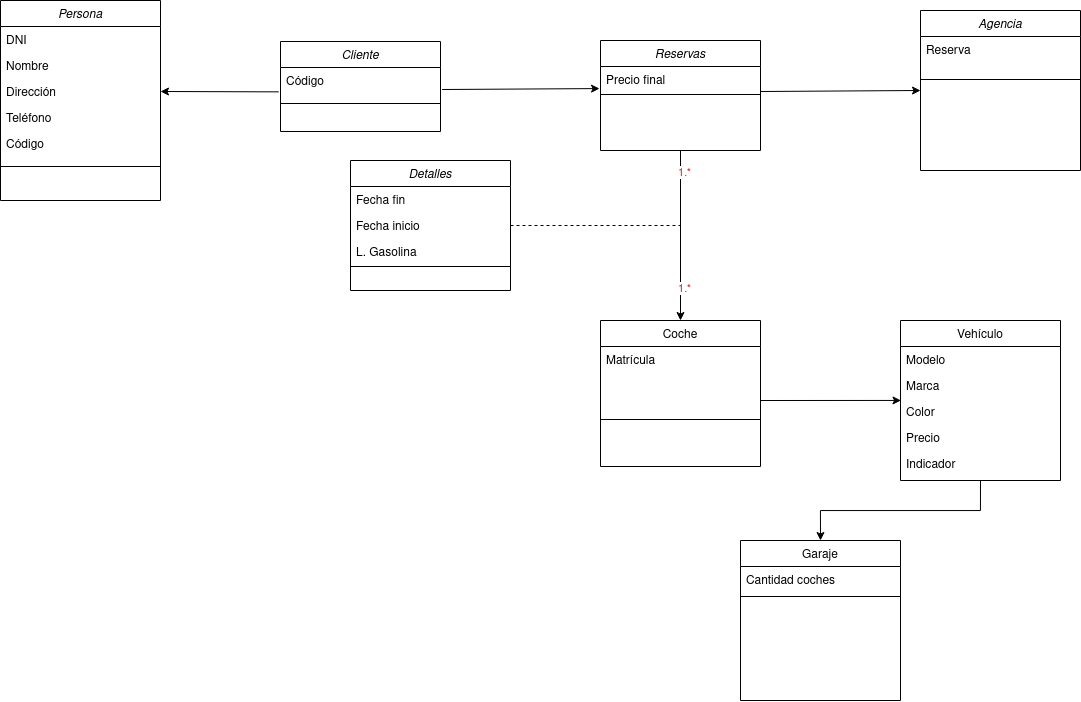
colidom/ets keeps this draw.io diagram as Tareas/AlquierCoches.drawio.png. Above is the earlier version. Source tidied: cells renumbered, new cells last; positions are measured from the earlier drawing's top-left corner, leaving out a move shared by most shapes.
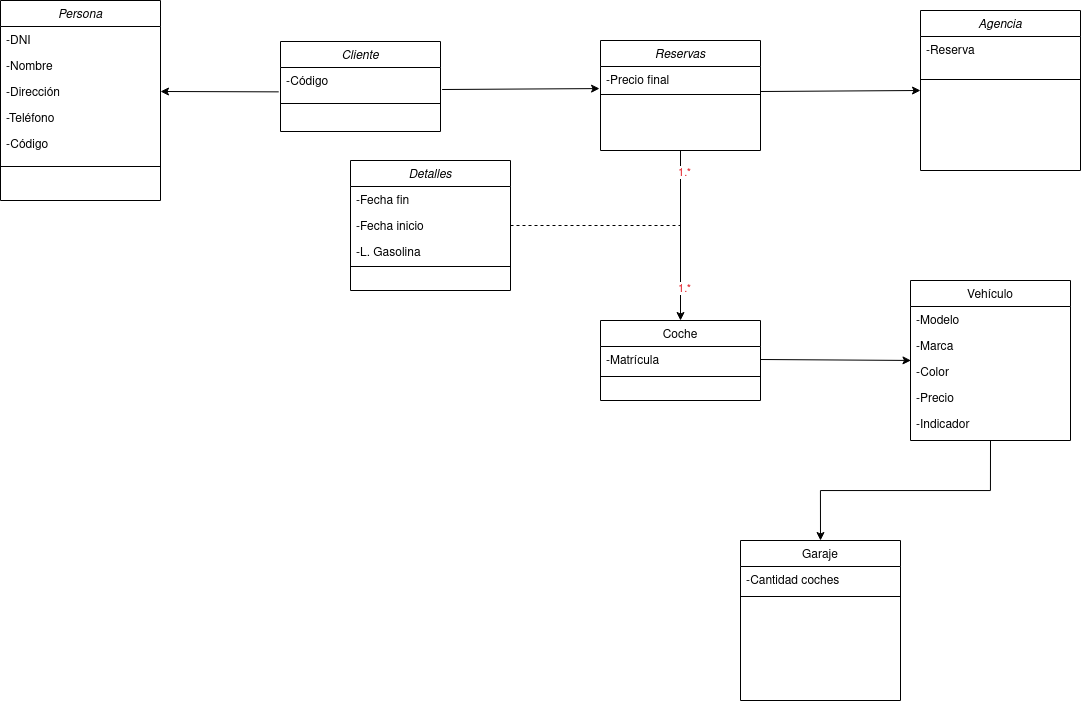
The same diagram one commit later.

The edit, as a diff of the source:
```diff
@@ -5,32 +5,32 @@
     <mxCell id="2" value="Persona" style="swimlane;fontStyle=2;align=center;verticalAlign=top;horizontal=1;startSize=26;rounded=0;shadow=0;strokeWidth=1;" parent="1" vertex="1">
       <mxGeometry width="160" height="200" as="geometry" />
     </mxCell>
-    <mxCell id="3" value="DNI" style="text;align=left;verticalAlign=top;spacingLeft=4;spacingRight=4;overflow=hidden;" parent="2" vertex="1">
+    <mxCell id="3" value="-DNI" style="text;align=left;verticalAlign=top;spacingLeft=4;spacingRight=4;overflow=hidden;" parent="2" vertex="1">
       <mxGeometry y="26" width="160" height="26" as="geometry" />
     </mxCell>
-    <mxCell id="4" value="Nombre" style="text;align=left;verticalAlign=top;spacingLeft=4;spacingRight=4;overflow=hidden;rounded=0;shadow=0;html=0;" parent="2" vertex="1">
+    <mxCell id="4" value="-Nombre" style="text;align=left;verticalAlign=top;spacingLeft=4;spacingRight=4;overflow=hidden;rounded=0;shadow=0;html=0;" parent="2" vertex="1">
       <mxGeometry y="52" width="160" height="26" as="geometry" />
     </mxCell>
-    <mxCell id="5" value="Dirección" style="text;align=left;verticalAlign=top;spacingLeft=4;spacingRight=4;overflow=hidden;points=[[0,0.5],[1,0.5]];portConstraint=eastwest;rounded=0;shadow=0;html=0;" parent="2" vertex="1">
+    <mxCell id="5" value="-Dirección" style="text;align=left;verticalAlign=top;spacingLeft=4;spacingRight=4;overflow=hidden;points=[[0,0.5],[1,0.5]];portConstraint=eastwest;rounded=0;shadow=0;html=0;" parent="2" vertex="1">
       <mxGeometry y="78" width="160" height="26" as="geometry" />
     </mxCell>
-    <mxCell id="6" value="Teléfono" style="text;align=left;verticalAlign=top;spacingLeft=4;spacingRight=4;overflow=hidden;rounded=0;shadow=0;html=0;" parent="2" vertex="1">
+    <mxCell id="6" value="-Teléfono" style="text;align=left;verticalAlign=top;spacingLeft=4;spacingRight=4;overflow=hidden;rounded=0;shadow=0;html=0;" parent="2" vertex="1">
       <mxGeometry y="104" width="160" height="26" as="geometry" />
     </mxCell>
-    <mxCell id="7" value="Código" style="text;align=left;verticalAlign=top;spacingLeft=4;spacingRight=4;overflow=hidden;rounded=0;shadow=0;html=0;" parent="2" vertex="1">
+    <mxCell id="7" value="-Código" style="text;align=left;verticalAlign=top;spacingLeft=4;spacingRight=4;overflow=hidden;rounded=0;shadow=0;html=0;" parent="2" vertex="1">
       <mxGeometry y="130" width="160" height="26" as="geometry" />
     </mxCell>
     <mxCell id="8" style="line;html=1;strokeWidth=1;align=left;verticalAlign=middle;spacingTop=-1;spacingLeft=3;spacingRight=3;labelPosition=right;" parent="2" vertex="1">
       <mxGeometry y="156" width="160" height="20" as="geometry" />
     </mxCell>
     <mxCell id="9" value="Coche" style="swimlane;fontStyle=0;align=center;verticalAlign=top;horizontal=1;startSize=26;rounded=0;shadow=0;strokeWidth=1;" parent="1" vertex="1">
-      <mxGeometry x="600" y="320" width="160" height="146" as="geometry" />
+      <mxGeometry x="600" y="320" width="160" height="80" as="geometry" />
     </mxCell>
-    <mxCell id="10" value="Matrícula" style="text;align=left;verticalAlign=top;spacingLeft=4;spacingRight=4;overflow=hidden;points=[[0,0.5],[1,0.5]];portConstraint=eastwest;" parent="9" vertex="1">
+    <mxCell id="10" value="-Matrícula" style="text;align=left;verticalAlign=top;spacingLeft=4;spacingRight=4;overflow=hidden;points=[[0,0.5],[1,0.5]];portConstraint=eastwest;" parent="9" vertex="1">
       <mxGeometry y="26" width="160" height="26" as="geometry" />
     </mxCell>
     <mxCell id="11" style="line;html=1;strokeWidth=1;align=left;verticalAlign=middle;spacingTop=-1;spacingLeft=3;spacingRight=3;labelPosition=right;" parent="9" vertex="1">
-      <mxGeometry y="52" width="160" height="94" as="geometry" />
+      <mxGeometry y="52" width="160" height="8" as="geometry" />
     </mxCell>
     <mxCell id="12" style="edgeStyle=orthogonalEdgeStyle;rounded=0;jettySize=auto;html=1;entryX=0.5;entryY=0;entryDx=0;entryDy=0;exitX=0.5;exitY=1;exitDx=0;exitDy=0;" parent="1" edge="1" source="21" target="9">
       <mxGeometry relative="1" as="geometry" />
@@ -44,7 +44,7 @@
     <mxCell id="15" value="Agencia" style="swimlane;fontStyle=2;align=center;verticalAlign=top;horizontal=1;startSize=26;rounded=0;shadow=0;strokeWidth=1;" parent="1" vertex="1">
       <mxGeometry x="920" y="10" width="160" height="160" as="geometry" />
     </mxCell>
-    <mxCell id="16" value="Reserva" style="text;align=left;verticalAlign=top;spacingLeft=4;spacingRight=4;overflow=hidden;" parent="15" vertex="1">
+    <mxCell id="16" value="-Reserva" style="text;align=left;verticalAlign=top;spacingLeft=4;spacingRight=4;overflow=hidden;" parent="15" vertex="1">
       <mxGeometry y="26" width="160" height="26" as="geometry" />
     </mxCell>
     <mxCell id="17" style="line;html=1;strokeWidth=1;align=left;verticalAlign=middle;spacingTop=-1;spacingLeft=3;spacingRight=3;labelPosition=right;" parent="15" vertex="1">
@@ -53,7 +53,7 @@
     <mxCell id="18" value="Garaje" style="swimlane;fontStyle=0;align=center;verticalAlign=top;horizontal=1;startSize=26;rounded=0;shadow=0;strokeWidth=1;" parent="1" vertex="1">
       <mxGeometry x="740" y="540" width="160" height="160" as="geometry" />
     </mxCell>
-    <mxCell id="19" value="Cantidad coches" style="text;align=left;verticalAlign=top;spacingLeft=4;spacingRight=4;overflow=hidden;rounded=0;shadow=0;html=0;" parent="18" vertex="1">
+    <mxCell id="19" value="-Cantidad coches" style="text;align=left;verticalAlign=top;spacingLeft=4;spacingRight=4;overflow=hidden;rounded=0;shadow=0;html=0;" parent="18" vertex="1">
       <mxGeometry y="26" width="160" height="26" as="geometry" />
     </mxCell>
     <mxCell id="20" style="line;html=1;strokeWidth=1;align=left;verticalAlign=middle;spacingTop=-1;spacingLeft=3;spacingRight=3;labelPosition=right;" parent="18" vertex="1">
@@ -62,7 +62,7 @@
     <mxCell id="21" value="Reservas" style="swimlane;fontStyle=2;align=center;verticalAlign=top;horizontal=1;startSize=26;rounded=0;shadow=0;strokeWidth=1;" parent="1" vertex="1">
       <mxGeometry x="600" y="40" width="160" height="110" as="geometry" />
     </mxCell>
-    <mxCell id="22" value="Precio final" style="text;align=left;verticalAlign=top;spacingLeft=4;spacingRight=4;overflow=hidden;rounded=0;shadow=0;html=0;" parent="21" vertex="1">
+    <mxCell id="22" value="-Precio final" style="text;align=left;verticalAlign=top;spacingLeft=4;spacingRight=4;overflow=hidden;rounded=0;shadow=0;html=0;" parent="21" vertex="1">
       <mxGeometry y="26" width="160" height="26" as="geometry" />
     </mxCell>
     <mxCell id="23" style="line;html=1;strokeWidth=1;align=left;verticalAlign=middle;spacingTop=-1;spacingLeft=3;spacingRight=3;labelPosition=right;" parent="21" vertex="1">
@@ -71,7 +71,7 @@
     <mxCell id="24" value="Cliente" style="swimlane;fontStyle=2;align=center;verticalAlign=top;horizontal=1;startSize=26;rounded=0;shadow=0;strokeWidth=1;" parent="1" vertex="1">
       <mxGeometry x="280" y="41" width="160" height="90" as="geometry" />
     </mxCell>
-    <mxCell id="25" value="Código" style="text;align=left;verticalAlign=top;spacingLeft=4;spacingRight=4;overflow=hidden;points=[[0,0.5],[1,0.5]];portConstraint=eastwest;rounded=0;shadow=0;html=0;" parent="24" vertex="1">
+    <mxCell id="25" value="-Código" style="text;align=left;verticalAlign=top;spacingLeft=4;spacingRight=4;overflow=hidden;points=[[0,0.5],[1,0.5]];portConstraint=eastwest;rounded=0;shadow=0;html=0;" parent="24" vertex="1">
       <mxGeometry y="26" width="160" height="26" as="geometry" />
     </mxCell>
     <mxCell id="26" style="line;html=1;strokeWidth=1;align=left;verticalAlign=middle;spacingTop=-1;spacingLeft=3;spacingRight=3;labelPosition=right;" parent="24" vertex="1">
@@ -96,13 +96,13 @@
     <mxCell id="31" value="Detalles" style="swimlane;fontStyle=2;align=center;verticalAlign=top;horizontal=1;startSize=26;rounded=0;shadow=0;strokeWidth=1;" parent="1" vertex="1">
       <mxGeometry x="350" y="160" width="160" height="130" as="geometry" />
     </mxCell>
-    <mxCell id="32" value="Fecha fin" style="text;align=left;verticalAlign=top;spacingLeft=4;spacingRight=4;overflow=hidden;rounded=0;shadow=0;html=0;" parent="31" vertex="1">
+    <mxCell id="32" value="-Fecha fin" style="text;align=left;verticalAlign=top;spacingLeft=4;spacingRight=4;overflow=hidden;rounded=0;shadow=0;html=0;" parent="31" vertex="1">
       <mxGeometry y="26" width="160" height="26" as="geometry" />
     </mxCell>
-    <mxCell id="33" value="Fecha inicio" style="text;align=left;verticalAlign=top;spacingLeft=4;spacingRight=4;overflow=hidden;points=[[0,0.5],[1,0.5]];portConstraint=eastwest;" parent="31" vertex="1">
+    <mxCell id="33" value="-Fecha inicio" style="text;align=left;verticalAlign=top;spacingLeft=4;spacingRight=4;overflow=hidden;points=[[0,0.5],[1,0.5]];portConstraint=eastwest;" parent="31" vertex="1">
       <mxGeometry y="52" width="160" height="26" as="geometry" />
     </mxCell>
-    <mxCell id="34" value="L. Gasolina" style="text;align=left;verticalAlign=top;spacingLeft=4;spacingRight=4;overflow=hidden;rounded=0;shadow=0;html=0;" parent="31" vertex="1">
+    <mxCell id="34" value="-L. Gasolina" style="text;align=left;verticalAlign=top;spacingLeft=4;spacingRight=4;overflow=hidden;rounded=0;shadow=0;html=0;" parent="31" vertex="1">
       <mxGeometry y="78" width="160" height="26" as="geometry" />
     </mxCell>
     <mxCell id="35" style="line;html=1;strokeWidth=1;align=left;verticalAlign=middle;spacingTop=-1;spacingLeft=3;spacingRight=3;labelPosition=right;" parent="31" vertex="1">
@@ -114,27 +114,25 @@
       </mxGeometry>
     </mxCell>
     <mxCell id="37" value="Vehículo" style="swimlane;fontStyle=0;align=center;verticalAlign=top;horizontal=1;startSize=26;rounded=0;shadow=0;strokeWidth=1;" parent="1" vertex="1">
-      <mxGeometry x="900" y="320" width="160" height="160" as="geometry" />
+      <mxGeometry x="910" y="280" width="160" height="160" as="geometry" />
     </mxCell>
-    <mxCell id="38" value="Modelo    " style="text;align=left;verticalAlign=top;spacingLeft=4;spacingRight=4;overflow=hidden;rounded=0;shadow=0;html=0;" parent="37" vertex="1">
+    <mxCell id="38" value="-Modelo    " style="text;align=left;verticalAlign=top;spacingLeft=4;spacingRight=4;overflow=hidden;rounded=0;shadow=0;html=0;" parent="37" vertex="1">
       <mxGeometry y="26" width="160" height="26" as="geometry" />
     </mxCell>
-    <mxCell id="39" value="Marca" style="text;align=left;verticalAlign=top;spacingLeft=4;spacingRight=4;overflow=hidden;points=[[0,0.5],[1,0.5]];portConstraint=eastwest;rounded=0;shadow=0;html=0;" parent="37" vertex="1">
+    <mxCell id="39" value="-Marca" style="text;align=left;verticalAlign=top;spacingLeft=4;spacingRight=4;overflow=hidden;points=[[0,0.5],[1,0.5]];portConstraint=eastwest;rounded=0;shadow=0;html=0;" parent="37" vertex="1">
       <mxGeometry y="52" width="160" height="26" as="geometry" />
     </mxCell>
-    <mxCell id="40" value="Color" style="text;align=left;verticalAlign=top;spacingLeft=4;spacingRight=4;overflow=hidden;rounded=0;shadow=0;html=0;" parent="37" vertex="1">
+    <mxCell id="40" value="-Color" style="text;align=left;verticalAlign=top;spacingLeft=4;spacingRight=4;overflow=hidden;rounded=0;shadow=0;html=0;" parent="37" vertex="1">
       <mxGeometry y="78" width="160" height="26" as="geometry" />
     </mxCell>
-    <mxCell id="41" value="Precio" style="text;align=left;verticalAlign=top;spacingLeft=4;spacingRight=4;overflow=hidden;rounded=0;shadow=0;html=0;" parent="37" vertex="1">
+    <mxCell id="41" value="-Precio" style="text;align=left;verticalAlign=top;spacingLeft=4;spacingRight=4;overflow=hidden;rounded=0;shadow=0;html=0;" parent="37" vertex="1">
       <mxGeometry y="104" width="160" height="26" as="geometry" />
     </mxCell>
-    <mxCell id="42" value="Indicador" style="text;align=left;verticalAlign=top;spacingLeft=4;spacingRight=4;overflow=hidden;rounded=0;shadow=0;html=0;" parent="37" vertex="1">
+    <mxCell id="42" value="-Indicador" style="text;align=left;verticalAlign=top;spacingLeft=4;spacingRight=4;overflow=hidden;rounded=0;shadow=0;html=0;" parent="37" vertex="1">
       <mxGeometry y="130" width="160" height="26" as="geometry" />
     </mxCell>
-    <mxCell id="43" style="endArrow=classic;html=1;rounded=0;entryX=0.003;entryY=1.075;entryDx=0;entryDy=0;entryPerimeter=0;" parent="1" edge="1" target="39">
-      <mxGeometry relative="1" as="geometry">
-        <mxPoint x="760" y="400" as="sourcePoint" />
-      </mxGeometry>
+    <mxCell id="43" style="endArrow=classic;html=1;rounded=0;entryX=0.003;entryY=1.075;entryDx=0;entryDy=0;entryPerimeter=0;exitX=1;exitY=0.5;exitDx=0;exitDy=0;" parent="1" edge="1" source="10" target="39">
+      <mxGeometry relative="1" as="geometry" />
     </mxCell>
   </root>
 </mxGraphModel>
```
